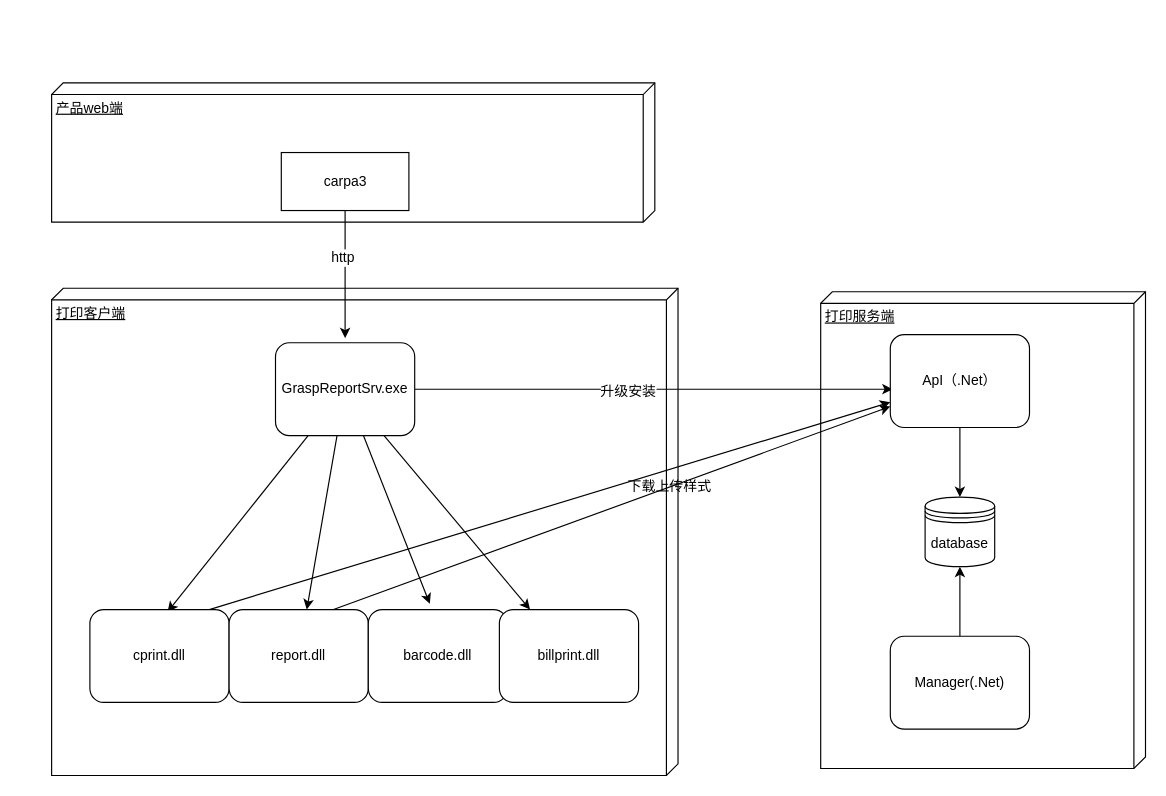
Earlier version of the draw.io diagram page "oldprint" (5 of 8) of teemodesigner.drawio (mashifei/uml). Source tidied: cells renumbered, new cells numbered last; positions are measured from the earlier drawing's top-left corner, leaving out a move shared by most shapes. Both pictures are drawn from the tidied source at 116%, with x=0, y=0 at pixel (51, 82).
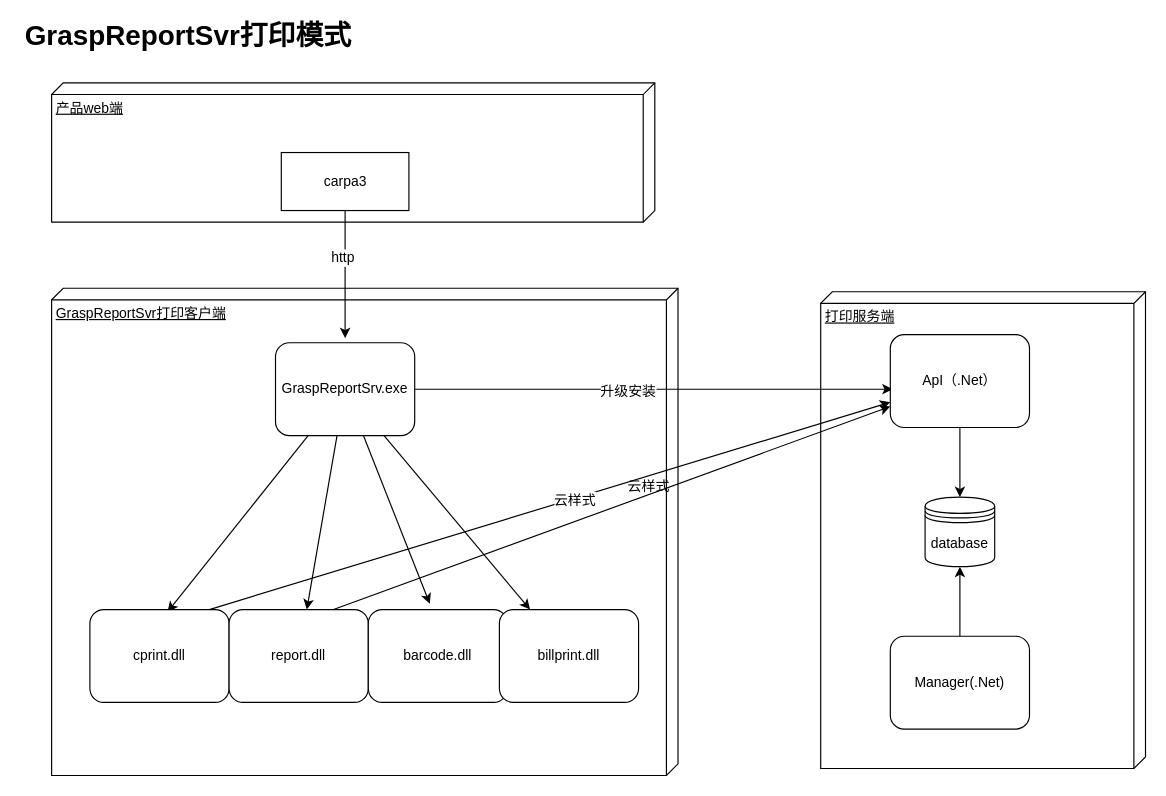
After the change.

Unchanged cells that the change refers to:
```xml
<mxCell id="11" style="edgeStyle=none;rounded=0;jettySize=auto;html=1;exitX=0.858;exitY=0;exitDx=0;exitDy=0;exitPerimeter=0;" parent="1" edge="1" source="12" target="20">
  <mxGeometry relative="1" as="geometry" />
</mxCell>
```

Change to the diagram source:
```diff
@@
-    <mxCell id="3" value="打印客户端" style="verticalAlign=top;align=left;spacingTop=8;spacingLeft=2;spacingRight=12;shape=cube;size=10;direction=south;fontStyle=4;html=1;" parent="1" vertex="1">
+    <mxCell id="3" value="GraspReportSvr打印客户端" style="verticalAlign=top;align=left;spacingTop=8;spacingLeft=2;spacingRight=12;shape=cube;size=10;direction=south;fontStyle=4;html=1;" parent="1" vertex="1">
       <mxGeometry y="177" width="540" height="420" as="geometry" />
     </mxCell>
@@
+    <mxCell id="27" value="云样式" style="text;html=1;align=center;verticalAlign=middle;labelBackgroundColor=#ffffff;" parent="11" vertex="1">
+      <mxGeometry x="0.07" y="-1" relative="1" as="geometry" />
+    </mxCell>
@@
-    <mxCell id="23" value="下载上传样式" style="text;html=1;align=left;verticalAlign=top;spacingTop=-4;" parent="1" vertex="1">
-      <mxGeometry x="495" y="338" width="90" height="20" as="geometry" />
+    <mxCell id="23" value="云样式" style="text;html=1;align=left;verticalAlign=top;spacingTop=-4;" parent="1" vertex="1">
+      <mxGeometry x="495" y="338" width="50" height="20" as="geometry" />
     </mxCell>
@@
+    <mxCell id="28" value="&lt;b&gt;&lt;font style=&quot;font-size: 24px&quot;&gt;GraspReportSvr打印模式&lt;/font&gt;&lt;/b&gt;" style="text;html=1;strokeColor=none;fillColor=none;align=center;verticalAlign=middle;whiteSpace=wrap;rounded=0;" parent="1" vertex="1">
+      <mxGeometry x="-27" y="-50" width="290" height="20" as="geometry" />
+    </mxCell>
```
